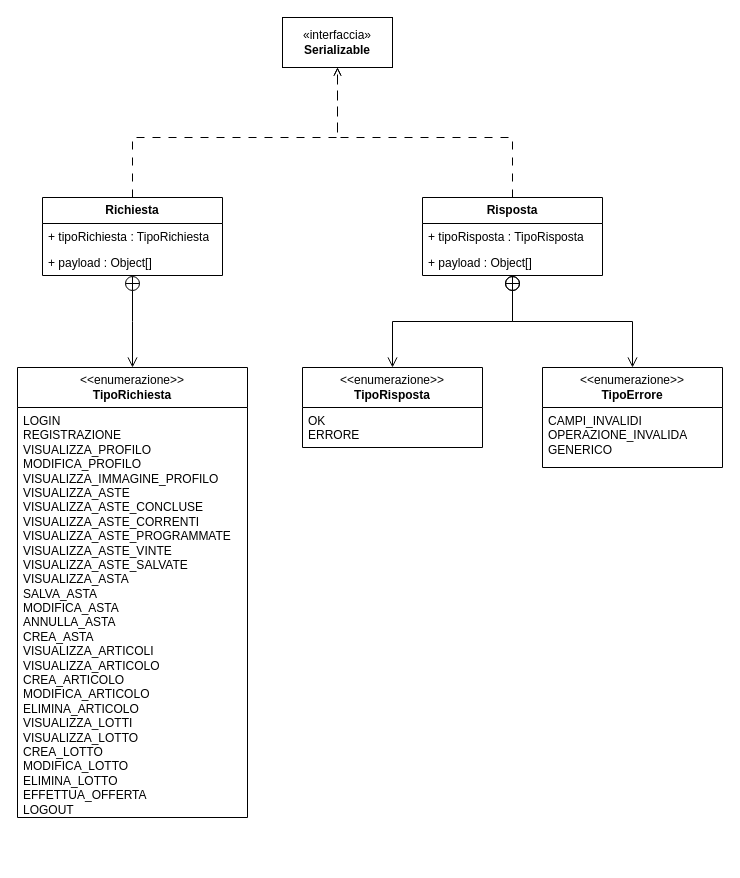
Chaos-Rat/GAO keeps this draw.io diagram as documenti/DC-Aste.drawio. Above is the earlier version. Source tidied: cells renumbered, new cells numbered last; positions are measured from the earlier drawing's top-left corner, leaving out a move shared by most shapes. Both pictures are drawn from the tidied source at 100%, with x=0, y=0 at pixel (17, 17).
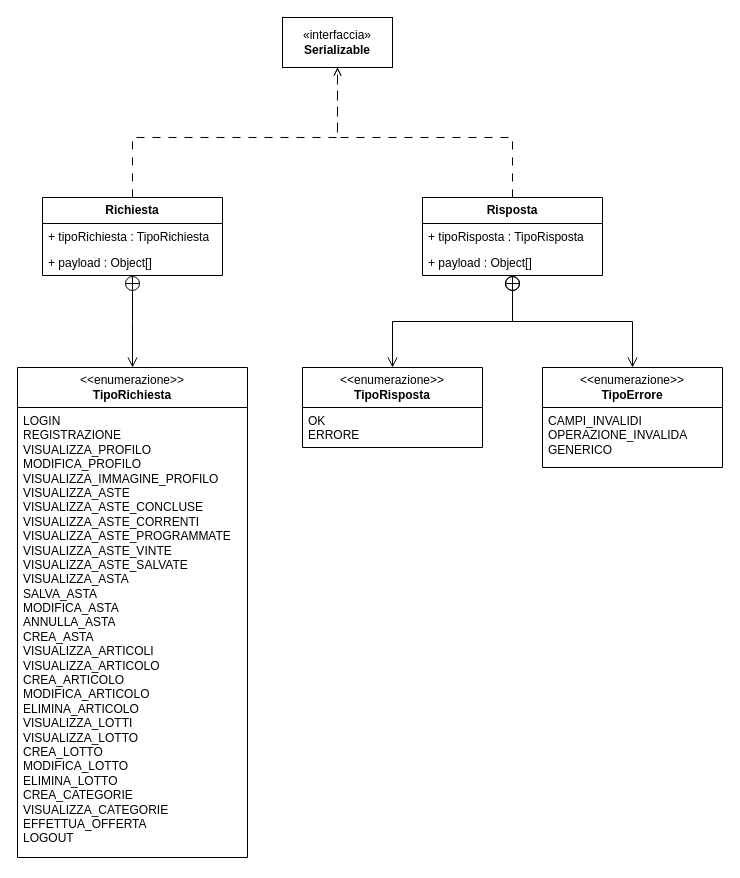
The same page after the edit.

Commit message (it also covers changes not shown here):
Ulteriormente corretto DAP e DC-Aste

What changed in the source:
```diff
@@
     <mxCell id="2" value="&lt;div&gt;&amp;lt;&amp;lt;enumerazione&amp;gt;&amp;gt;&lt;/div&gt;&lt;b&gt;TipoRichiesta&lt;/b&gt;" style="swimlane;fontStyle=0;horizontal=1;startSize=40;fillColor=none;whiteSpace=wrap;html=1;" parent="1" vertex="1">
-      <mxGeometry y="350" width="230" height="450" as="geometry" />
+      <mxGeometry y="350" width="230" height="490" as="geometry" />
     </mxCell>
-    <mxCell id="3" value="LOGIN&lt;div&gt;REGISTRAZIONE&lt;/div&gt;&lt;div&gt;VISUALIZZA_PROFILO&lt;/div&gt;&lt;div&gt;MODIFICA_PROFILO&lt;/div&gt;&lt;div&gt;VISUALIZZA_IMMAGINE_PROFILO&lt;/div&gt;&lt;div&gt;VISUALIZZA_ASTE&lt;/div&gt;&lt;div&gt;VISUALIZZA_ASTE_CONCLUSE&lt;/div&gt;&lt;div&gt;VISUALIZZA_ASTE_CORRENTI&lt;/div&gt;&lt;div&gt;VISUALIZZA_ASTE_PROGRAMMATE&lt;/div&gt;&lt;div&gt;VISUALIZZA_ASTE_VINTE&lt;/div&gt;&lt;div&gt;VISUALIZZA_ASTE_SALVATE&lt;/div&gt;&lt;div&gt;VISUALIZZA_ASTA&lt;/div&gt;&lt;div&gt;SALVA_ASTA&lt;/div&gt;&lt;div&gt;MODIFICA_ASTA&lt;/div&gt;&lt;div&gt;ANNULLA_ASTA&lt;/div&gt;&lt;div&gt;CREA_ASTA&lt;/div&gt;&lt;div&gt;VISUALIZZA_ARTICOLI&lt;/div&gt;&lt;div&gt;VISUALIZZA_ARTICOLO&lt;/div&gt;&lt;div&gt;CREA_ARTICOLO&lt;/div&gt;&lt;div&gt;MODIFICA_ARTICOLO&lt;/div&gt;&lt;div&gt;ELIMINA_ARTICOLO&lt;/div&gt;&lt;div&gt;VISUALIZZA_LOTTI&lt;/div&gt;&lt;div&gt;VISUALIZZA_LOTTO&lt;/div&gt;&lt;div&gt;CREA_LOTTO&lt;/div&gt;&lt;div&gt;MODIFICA_LOTTO&lt;/div&gt;&lt;div&gt;ELIMINA_LOTTO&lt;/div&gt;&lt;div&gt;EFFETTUA_OFFERTA&lt;/div&gt;&lt;div&gt;LOGOUT&lt;/div&gt;" style="text;strokeColor=none;fillColor=none;align=left;verticalAlign=top;spacingLeft=4;spacingRight=4;overflow=hidden;whiteSpace=wrap;html=1;" parent="2" vertex="1">
-      <mxGeometry y="40" width="230" height="410" as="geometry" />
+    <mxCell id="3" value="LOGIN&lt;div&gt;REGISTRAZIONE&lt;/div&gt;&lt;div&gt;VISUALIZZA_PROFILO&lt;/div&gt;&lt;div&gt;MODIFICA_PROFILO&lt;/div&gt;&lt;div&gt;VISUALIZZA_IMMAGINE_PROFILO&lt;/div&gt;&lt;div&gt;VISUALIZZA_ASTE&lt;/div&gt;&lt;div&gt;VISUALIZZA_ASTE_CONCLUSE&lt;/div&gt;&lt;div&gt;VISUALIZZA_ASTE_CORRENTI&lt;/div&gt;&lt;div&gt;VISUALIZZA_ASTE_PROGRAMMATE&lt;/div&gt;&lt;div&gt;VISUALIZZA_ASTE_VINTE&lt;/div&gt;&lt;div&gt;VISUALIZZA_ASTE_SALVATE&lt;/div&gt;&lt;div&gt;VISUALIZZA_ASTA&lt;/div&gt;&lt;div&gt;SALVA_ASTA&lt;/div&gt;&lt;div&gt;MODIFICA_ASTA&lt;/div&gt;&lt;div&gt;ANNULLA_ASTA&lt;/div&gt;&lt;div&gt;CREA_ASTA&lt;/div&gt;&lt;div&gt;VISUALIZZA_ARTICOLI&lt;/div&gt;&lt;div&gt;VISUALIZZA_ARTICOLO&lt;/div&gt;&lt;div&gt;CREA_ARTICOLO&lt;/div&gt;&lt;div&gt;MODIFICA_ARTICOLO&lt;/div&gt;&lt;div&gt;ELIMINA_ARTICOLO&lt;/div&gt;&lt;div&gt;VISUALIZZA_LOTTI&lt;/div&gt;&lt;div&gt;VISUALIZZA_LOTTO&lt;/div&gt;&lt;div&gt;CREA_LOTTO&lt;/div&gt;&lt;div&gt;MODIFICA_LOTTO&lt;/div&gt;&lt;div&gt;ELIMINA_LOTTO&lt;/div&gt;&lt;div&gt;CREA_CATEGORIE&lt;/div&gt;&lt;div&gt;VISUALIZZA_CATEGORIE&lt;/div&gt;&lt;div&gt;EFFETTUA_OFFERTA&lt;/div&gt;&lt;div&gt;LOGOUT&lt;/div&gt;" style="text;strokeColor=none;fillColor=none;align=left;verticalAlign=top;spacingLeft=4;spacingRight=4;overflow=hidden;whiteSpace=wrap;html=1;" parent="2" vertex="1">
+      <mxGeometry y="40" width="230" height="450" as="geometry" />
     </mxCell>
```
